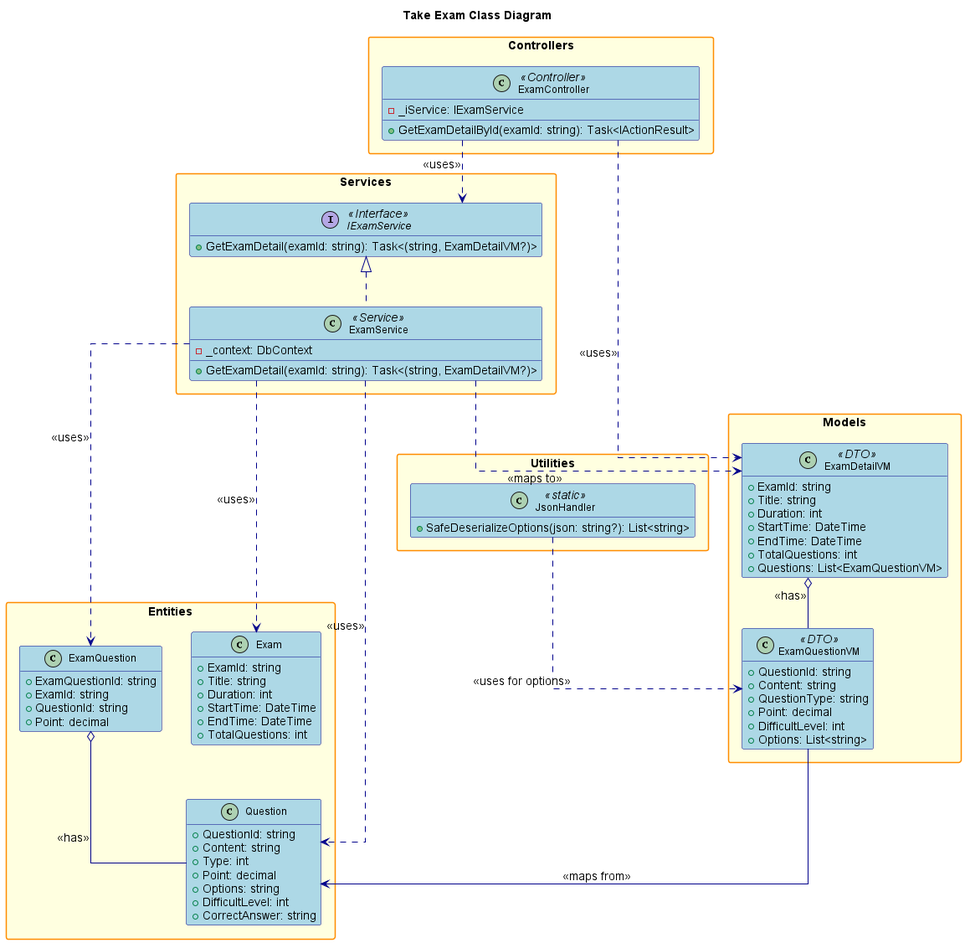
The PlantUML diagram design/out/takeexam/takeexam.png in conghoan1211/AI-Kiosk-Testing-system, before a commit. Source of this version:
```plantuml
@startuml

title Take Exam Class Diagram

hide empty members
skinparam packageStyle rectangle
skinparam linetype ortho
skinparam defaultFontSize 14
skinparam defaultFontName Arial
skinparam classFontSize 12
skinparam classFontName Arial
skinparam noteFontSize 11
skinparam noteFontName Arial

skinparam class {
    BackgroundColor LightBlue
    BorderColor DarkBlue
    ArrowColor DarkBlue
    FontSize 12
}

skinparam package {
    BackgroundColor LightYellow
    BorderColor DarkOrange
    FontSize 14
    FontStyle bold
}

skinparam interface {
    BackgroundColor LightGreen
    BorderColor DarkGreen
    FontSize 12
}

skinparam enum {
    BackgroundColor LightCyan
    BorderColor DarkCyan
    FontSize 12
}

package "Controllers" {
    class ExamController <<Controller>> {
        - _iService: IExamService
        + GetExamDetailById(examId: string): Task<IActionResult>
    }
}

package "Services" {
    interface IExamService <<Interface>> {
        + GetExamDetail(examId: string): Task<(string, ExamDetailVM?)>
    }
    class ExamService <<Service>> {
        - _context: DbContext
        + GetExamDetail(examId: string): Task<(string, ExamDetailVM?)>
    }
}

package "Models" {
    class ExamDetailVM <<DTO>> {
        + ExamId: string
        + Title: string
        + Duration: int
        + StartTime: DateTime
        + EndTime: DateTime
        + TotalQuestions: int
        + Questions: List<ExamQuestionVM>
    }
    class ExamQuestionVM <<DTO>> {
        + QuestionId: string
        + Content: string
        + QuestionType: string
        + Point: decimal
        + DifficultLevel: int
        + Options: List<string>
    }
}

package "Entities" {
    class Exam {
        + ExamId: string
        + Title: string
        + Duration: int
        + StartTime: DateTime
        + EndTime: DateTime
        + TotalQuestions: int
    }
    class ExamQuestion {
        + ExamQuestionId: string
        + ExamId: string
        + QuestionId: string
        + Point: decimal
    }
    class Question {
        + QuestionId: string
        + Content: string
        + Type: int
        + Point: decimal
        + Options: string
        + DifficultLevel: int
        + CorrectAnswer: string
    }
}

package "Utilities" {
    class JsonHandler <<static>> {
        + SafeDeserializeOptions(json: string?): List<string>
    }
}

ExamController ..> IExamService : <<uses>>
IExamService <|.. ExamService
ExamController ..> ExamDetailVM : <<uses>>
ExamService ..> Exam : <<uses>>
ExamService ..> ExamQuestion : <<uses>>
ExamService ..> Question : <<uses>>
ExamService ..> ExamDetailVM : <<maps to>>
ExamDetailVM o-- ExamQuestionVM : <<has>>
ExamQuestion o-- Question : <<has>>
ExamQuestionVM --> Question : <<maps from>>
JsonHandler ..> ExamQuestionVM : <<uses for options>>

@enduml
```
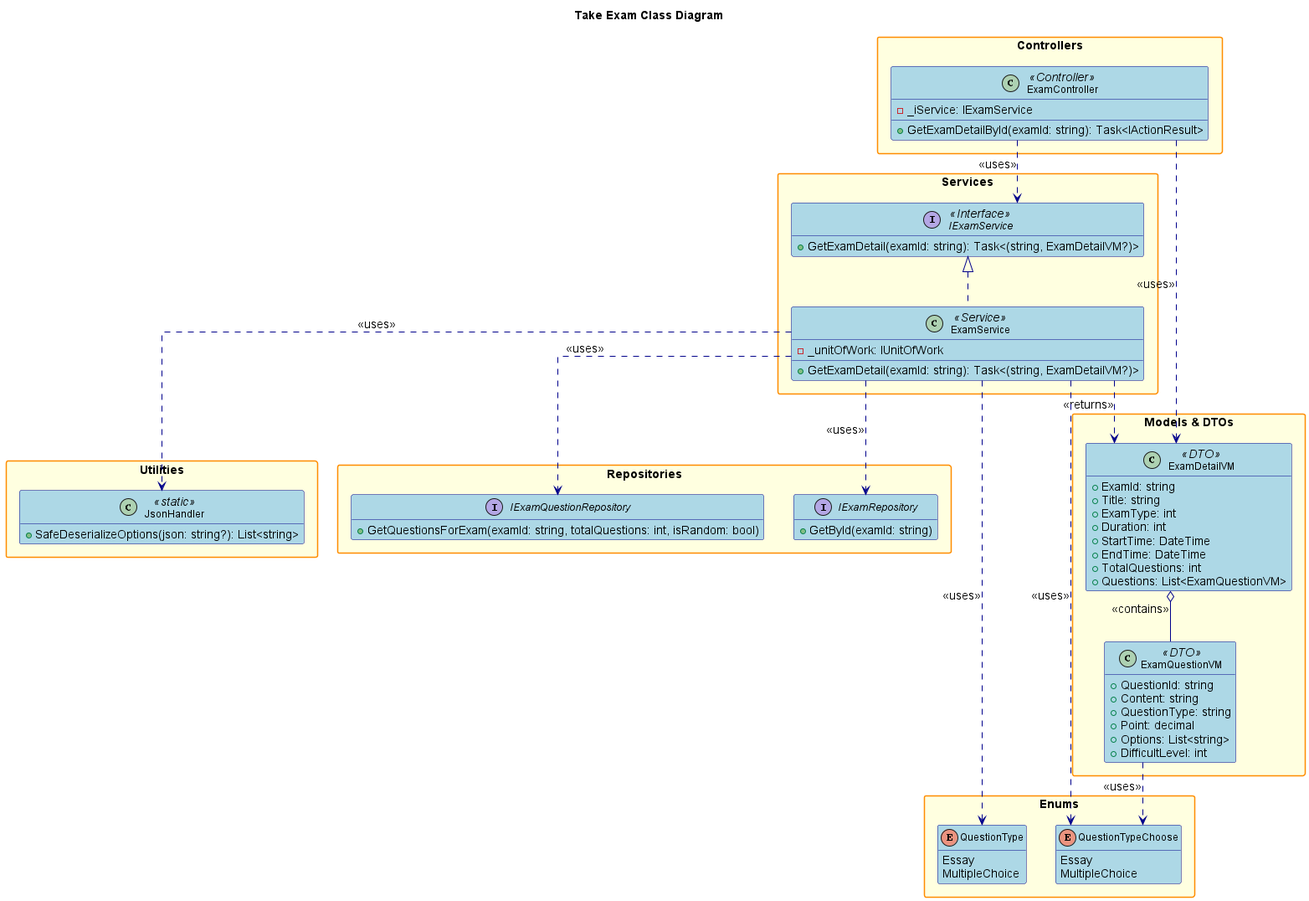
After the commit.

What changed in the source:
```diff
@@ -50,15 +50,25 @@
         + GetExamDetail(examId: string): Task<(string, ExamDetailVM?)>
     }
     class ExamService <<Service>> {
-        - _context: DbContext
+        - _unitOfWork: IUnitOfWork
         + GetExamDetail(examId: string): Task<(string, ExamDetailVM?)>
     }
 }
 
-package "Models" {
+package "Repositories" {
+    interface IExamRepository {
+        + GetById(examId: string)
+    }
+    interface IExamQuestionRepository {
+        + GetQuestionsForExam(examId: string, totalQuestions: int, isRandom: bool)
+    }
+}
+
+package "Models & DTOs" {
     class ExamDetailVM <<DTO>> {
         + ExamId: string
         + Title: string
+        + ExamType: int
         + Duration: int
         + StartTime: DateTime
         + EndTime: DateTime
@@ -70,34 +80,8 @@
         + Content: string
         + QuestionType: string
         + Point: decimal
+        + Options: List<string>
         + DifficultLevel: int
-        + Options: List<string>
-    }
-}
-
-package "Entities" {
-    class Exam {
-        + ExamId: string
-        + Title: string
-        + Duration: int
-        + StartTime: DateTime
-        + EndTime: DateTime
-        + TotalQuestions: int
-    }
-    class ExamQuestion {
-        + ExamQuestionId: string
-        + ExamId: string
-        + QuestionId: string
-        + Point: decimal
-    }
-    class Question {
-        + QuestionId: string
-        + Content: string
-        + Type: int
-        + Point: decimal
-        + Options: string
-        + DifficultLevel: int
-        + CorrectAnswer: string
     }
 }
 
@@ -107,16 +91,27 @@
     }
 }
 
+package "Enums" {
+    enum QuestionType {
+        Essay
+        MultipleChoice
+    }
+    enum QuestionTypeChoose {
+        Essay
+        MultipleChoice
+    }
+}
+
 ExamController ..> IExamService : <<uses>>
+ExamController ..> ExamDetailVM : <<uses>>
 IExamService <|.. ExamService
-ExamController ..> ExamDetailVM : <<uses>>
-ExamService ..> Exam : <<uses>>
-ExamService ..> ExamQuestion : <<uses>>
-ExamService ..> Question : <<uses>>
-ExamService ..> ExamDetailVM : <<maps to>>
-ExamDetailVM o-- ExamQuestionVM : <<has>>
-ExamQuestion o-- Question : <<has>>
-ExamQuestionVM --> Question : <<maps from>>
-JsonHandler ..> ExamQuestionVM : <<uses for options>>
+ExamService ..> IExamRepository : <<uses>>
+ExamService ..> IExamQuestionRepository : <<uses>>
+ExamService ..> ExamDetailVM : <<returns>>
+ExamService ..> JsonHandler : <<uses>>
+ExamService ..> QuestionType : <<uses>>
+ExamService ..> QuestionTypeChoose : <<uses>>
+ExamDetailVM o-- ExamQuestionVM : <<contains>>
+ExamQuestionVM ..> QuestionTypeChoose : <<uses>>
 
 @enduml
```
